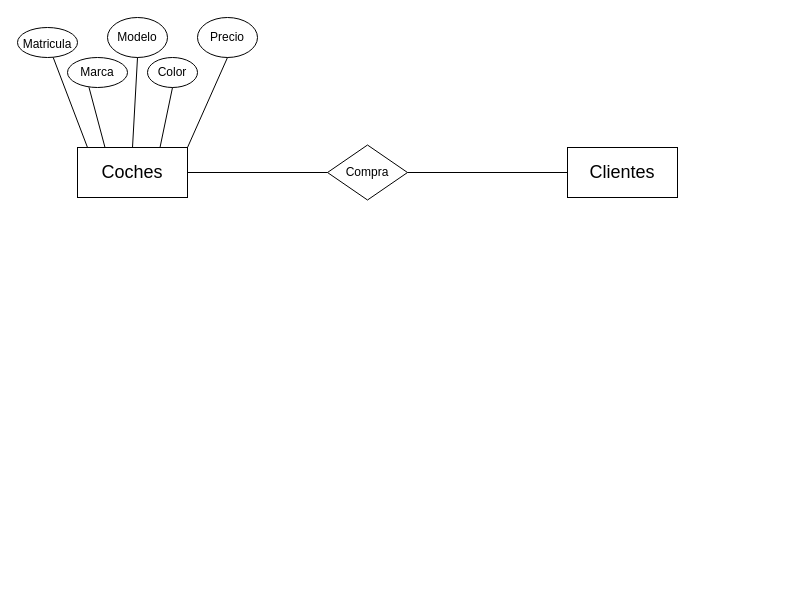
The draw.io diagram Untitled Diagram.drawio in elenaradrus/DiagramasDB, before the edit. Source tidied: cells renumbered, new cells numbered last; positions are measured from the earlier drawing's top-left corner, leaving out a move shared by most shapes. Both pictures are drawn from the tidied source at 100%, with x=0, y=0 at pixel (17, 17).
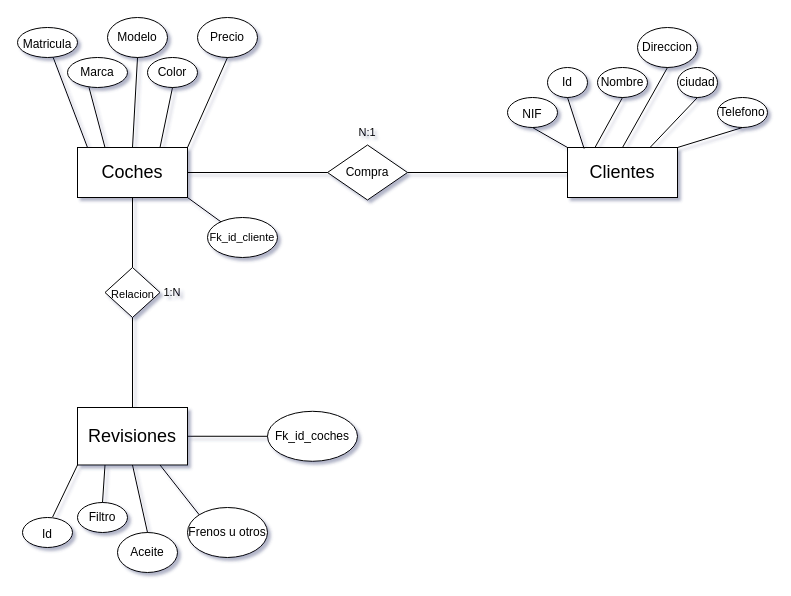
After the change.

Unchanged cells that the change refers to:
```xml
<mxCell id="2" value="&lt;font style=&quot;font-size: 18px;&quot;&gt;Coches&lt;/font&gt;" style="rounded=0;whiteSpace=wrap;html=1;" parent="1" vertex="1">
  <mxGeometry x="60" y="130" width="110" height="50" as="geometry" />
</mxCell>
<mxCell id="15" value="&lt;font style=&quot;font-size: 18px;&quot;&gt;Clientes&lt;/font&gt;" style="rounded=0;whiteSpace=wrap;html=1;fontSize=12;" parent="1" vertex="1">
  <mxGeometry x="550" y="130" width="110" height="50" as="geometry" />
</mxCell>
```

What changed in the source:
```diff
@@
-<mxGraphModel>
+<mxGraphModel shadow="1">
@@
+    <mxCell id="17" value="&lt;font style=&quot;font-size: 12px;&quot;&gt;NIF&lt;/font&gt;" style="ellipse;whiteSpace=wrap;html=1;fontSize=18;" parent="1" vertex="1">
+      <mxGeometry x="490" y="80" width="50" height="30" as="geometry" />
+    </mxCell>
+    <mxCell id="18" value="Nombre" style="ellipse;whiteSpace=wrap;html=1;fontSize=12;" parent="1" vertex="1">
+      <mxGeometry x="580" y="50" width="50" height="30" as="geometry" />
+    </mxCell>
+    <mxCell id="19" value="Direccion" style="ellipse;whiteSpace=wrap;html=1;fontSize=12;" parent="1" vertex="1">
+      <mxGeometry x="620" y="10" width="60" height="40" as="geometry" />
+    </mxCell>
+    <mxCell id="20" value="ciudad" style="ellipse;whiteSpace=wrap;html=1;fontSize=12;" parent="1" vertex="1">
+      <mxGeometry x="660" y="50" width="40" height="30" as="geometry" />
+    </mxCell>
+    <mxCell id="21" value="Telefono" style="ellipse;whiteSpace=wrap;html=1;fontSize=12;" parent="1" vertex="1">
+      <mxGeometry x="700" y="80" width="50" height="30" as="geometry" />
+    </mxCell>
+    <mxCell id="22" style="endArrow=none;html=1;rounded=0;fontSize=12;entryX=0.5;entryY=1;entryDx=0;entryDy=0;" parent="1" edge="1" target="17">
+      <mxGeometry relative="1" as="geometry">
+        <mxPoint x="550" y="130" as="sourcePoint" />
+      </mxGeometry>
+    </mxCell>
+    <mxCell id="23" style="endArrow=none;html=1;rounded=0;fontSize=12;entryX=0.5;entryY=1;entryDx=0;entryDy=0;exitX=0.25;exitY=0;exitDx=0;exitDy=0;" parent="1" edge="1" source="15" target="18">
+      <mxGeometry relative="1" as="geometry" />
+    </mxCell>
+    <mxCell id="24" style="endArrow=none;html=1;rounded=0;fontSize=12;entryX=0.5;entryY=1;entryDx=0;entryDy=0;exitX=0.5;exitY=0;exitDx=0;exitDy=0;" parent="1" edge="1" source="15" target="19">
+      <mxGeometry relative="1" as="geometry" />
+    </mxCell>
+    <mxCell id="25" style="endArrow=none;html=1;rounded=0;fontSize=12;entryX=0.5;entryY=1;entryDx=0;entryDy=0;exitX=0.75;exitY=0;exitDx=0;exitDy=0;" parent="1" edge="1" source="15" target="20">
+      <mxGeometry relative="1" as="geometry" />
+    </mxCell>
+    <mxCell id="26" style="endArrow=none;html=1;rounded=0;fontSize=12;entryX=0.5;entryY=1;entryDx=0;entryDy=0;exitX=1;exitY=0;exitDx=0;exitDy=0;" parent="1" edge="1" source="15" target="21">
+      <mxGeometry relative="1" as="geometry" />
+    </mxCell>
+    <mxCell id="27" value="Id" style="ellipse;whiteSpace=wrap;html=1;fontSize=12;" parent="1" vertex="1">
+      <mxGeometry x="530" y="50" width="40" height="30" as="geometry" />
+    </mxCell>
+    <mxCell id="28" style="endArrow=none;html=1;rounded=0;fontSize=12;entryX=0.5;entryY=1;entryDx=0;entryDy=0;exitX=0.151;exitY=0.022;exitDx=0;exitDy=0;exitPerimeter=0;" parent="1" edge="1" source="15" target="27">
+      <mxGeometry relative="1" as="geometry" />
+    </mxCell>
+    <mxCell id="29" value="&lt;font style=&quot;font-size: 18px;&quot;&gt;Revisiones&lt;/font&gt;" style="rounded=0;whiteSpace=wrap;html=1;fontSize=12;" parent="1" vertex="1">
+      <mxGeometry x="60" y="390" width="110" height="57.5" as="geometry" />
+    </mxCell>
+    <mxCell id="30" value="&lt;font style=&quot;font-size: 11px;&quot;&gt;Relacion&lt;/font&gt;" style="rhombus;whiteSpace=wrap;html=1;fontSize=18;" parent="1" vertex="1">
+      <mxGeometry x="87.5" y="250" width="55" height="50" as="geometry" />
+    </mxCell>
+    <mxCell id="31" style="endArrow=none;html=1;rounded=0;fontSize=18;entryX=0.5;entryY=1;entryDx=0;entryDy=0;exitX=0.5;exitY=0;exitDx=0;exitDy=0;" parent="1" edge="1" source="30" target="2">
+      <mxGeometry relative="1" as="geometry" />
+    </mxCell>
+    <mxCell id="32" style="endArrow=none;html=1;rounded=0;fontSize=18;exitX=0.5;exitY=0;exitDx=0;exitDy=0;entryX=0.5;entryY=1;entryDx=0;entryDy=0;" parent="1" edge="1" source="29" target="30">
+      <mxGeometry relative="1" as="geometry" />
+    </mxCell>
+    <mxCell id="33" value="&lt;font style=&quot;font-size: 12px;&quot;&gt;Id&lt;/font&gt;" style="ellipse;whiteSpace=wrap;html=1;fontSize=18;" parent="1" vertex="1">
+      <mxGeometry x="5" y="500" width="50" height="30" as="geometry" />
+    </mxCell>
+    <mxCell id="34" value="Filtro" style="ellipse;whiteSpace=wrap;html=1;fontSize=12;" parent="1" vertex="1">
+      <mxGeometry x="60" y="485" width="50" height="30" as="geometry" />
+    </mxCell>
+    <mxCell id="35" value="Aceite" style="ellipse;whiteSpace=wrap;html=1;fontSize=12;" parent="1" vertex="1">
+      <mxGeometry x="100" y="515" width="60" height="40" as="geometry" />
+    </mxCell>
+    <mxCell id="36" value="Frenos u otros" style="ellipse;whiteSpace=wrap;html=1;fontSize=12;" parent="1" vertex="1">
+      <mxGeometry x="170" y="490" width="80" height="50" as="geometry" />
+    </mxCell>
+    <mxCell id="37" style="endArrow=none;html=1;rounded=0;fontSize=12;exitX=0.602;exitY=-0.015;exitDx=0;exitDy=0;exitPerimeter=0;entryX=0;entryY=1;entryDx=0;entryDy=0;" parent="1" edge="1" source="33" target="29">
+      <mxGeometry relative="1" as="geometry" />
+    </mxCell>
+    <mxCell id="38" style="endArrow=none;html=1;rounded=0;fontSize=12;exitX=0.5;exitY=0;exitDx=0;exitDy=0;entryX=0.25;entryY=1;entryDx=0;entryDy=0;" parent="1" edge="1" source="34" target="29">
+      <mxGeometry relative="1" as="geometry" />
+    </mxCell>
+    <mxCell id="39" style="endArrow=none;html=1;rounded=0;fontSize=12;exitX=0.5;exitY=0;exitDx=0;exitDy=0;entryX=0.5;entryY=1;entryDx=0;entryDy=0;" parent="1" edge="1" source="35" target="29">
+      <mxGeometry relative="1" as="geometry" />
+    </mxCell>
+    <mxCell id="40" style="endArrow=none;html=1;rounded=0;fontSize=12;exitX=0;exitY=0;exitDx=0;exitDy=0;entryX=0.75;entryY=1;entryDx=0;entryDy=0;" parent="1" edge="1" source="36" target="29">
+      <mxGeometry relative="1" as="geometry" />
+    </mxCell>
+    <mxCell id="41" value="Fk_id_coches" style="ellipse;whiteSpace=wrap;html=1;fontSize=12;" parent="1" vertex="1">
+      <mxGeometry x="250" y="393.8" width="90" height="50" as="geometry" />
+    </mxCell>
+    <mxCell id="42" style="endArrow=none;html=1;rounded=0;fontSize=12;exitX=1;exitY=0.5;exitDx=0;exitDy=0;entryX=0;entryY=0.5;entryDx=0;entryDy=0;" parent="1" edge="1" source="29" target="41">
+      <mxGeometry relative="1" as="geometry" />
+    </mxCell>
+    <mxCell id="43" value="Fk_id_cliente" style="ellipse;whiteSpace=wrap;html=1;fontSize=11;" parent="1" vertex="1">
+      <mxGeometry x="190" y="200" width="70" height="40" as="geometry" />
+    </mxCell>
+    <mxCell id="44" style="endArrow=none;html=1;rounded=0;fontSize=11;entryX=1;entryY=1;entryDx=0;entryDy=0;" parent="1" edge="1" source="43" target="2">
+      <mxGeometry relative="1" as="geometry" />
+    </mxCell>
+    <mxCell id="45" value="N:1" style="text;html=1;strokeColor=none;fillColor=none;align=center;verticalAlign=middle;whiteSpace=wrap;rounded=0;fontSize=11;" parent="1" vertex="1">
+      <mxGeometry x="320" y="100" width="60" height="30" as="geometry" />
+    </mxCell>
+    <mxCell id="46" value="1:N" style="text;html=1;strokeColor=none;fillColor=none;align=center;verticalAlign=middle;whiteSpace=wrap;rounded=0;fontSize=11;" parent="1" vertex="1">
+      <mxGeometry x="125" y="260" width="60" height="30" as="geometry" />
+    </mxCell>
```
